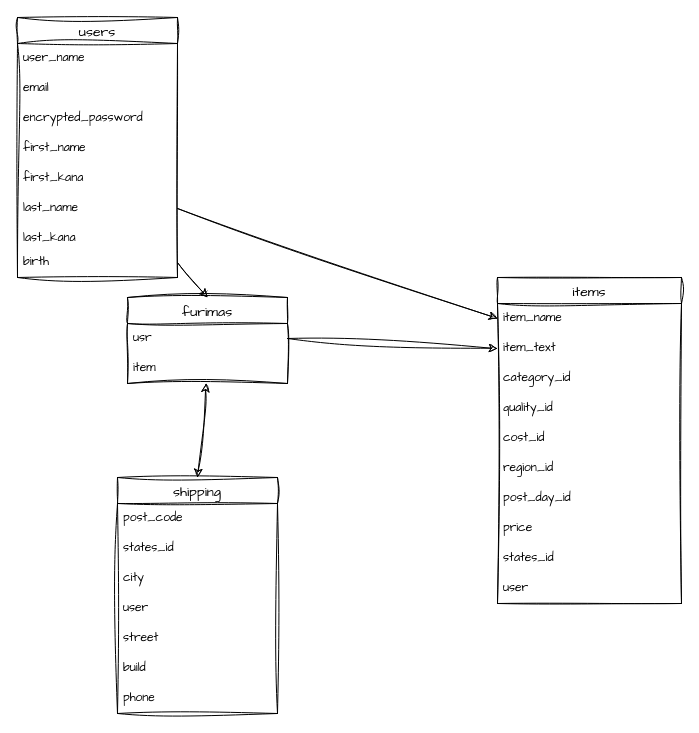
Before: furima.dio in tyabashira/furima-39711, a draw.io diagram. Source tidied: cells renumbered, new cells numbered last; positions are measured from the earlier drawing's top-left corner, leaving out a move shared by most shapes. Both pictures are drawn from the tidied source at 100%, with x=0, y=0 at pixel (17, 17).
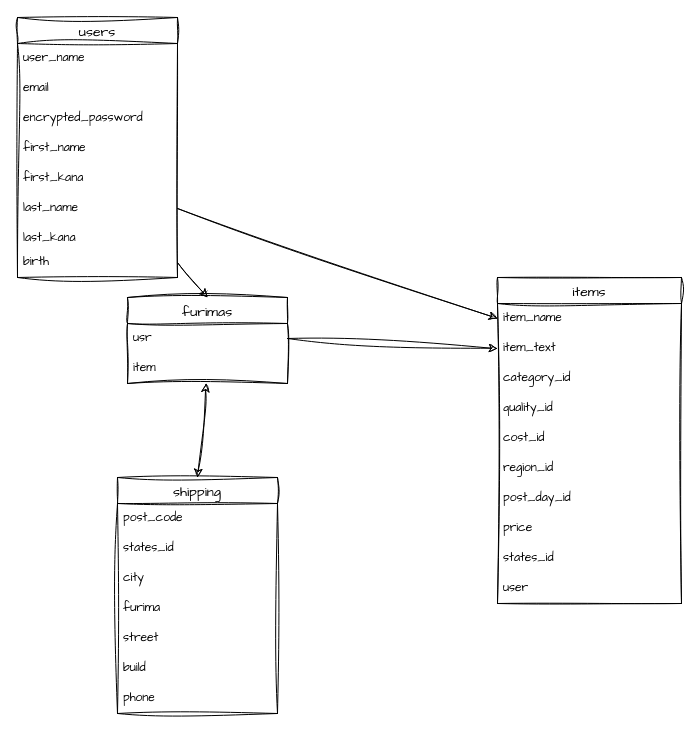
The same diagram, later.

Unchanged cells that the change refers to:
```xml
<mxCell id="11" value="shipping" style="swimlane;fontStyle=0;horizontal=1;startSize=26;align=center;fontSize=14;sketch=1;hachureGap=4;jiggle=2;curveFitting=1;fontFamily=Architects Daughter;" parent="1" vertex="1">
  <mxGeometry x="100" y="460" width="160" height="236" as="geometry" />
</mxCell>
```

Change to the diagram source:
```diff
@@
-    <mxCell id="15" value="user" style="text;strokeColor=none;fillColor=none;spacingLeft=4;spacingRight=4;overflow=hidden;fontSize=12;sketch=1;hachureGap=4;jiggle=2;curveFitting=1;fontFamily=Architects Daughter;" parent="11" vertex="1">
+    <mxCell id="15" value="furima" style="text;strokeColor=none;fillColor=none;spacingLeft=4;spacingRight=4;overflow=hidden;fontSize=12;sketch=1;hachureGap=4;jiggle=2;curveFitting=1;fontFamily=Architects Daughter;" parent="11" vertex="1">
       <mxGeometry y="116" width="160" height="30" as="geometry" />
     </mxCell>
```
